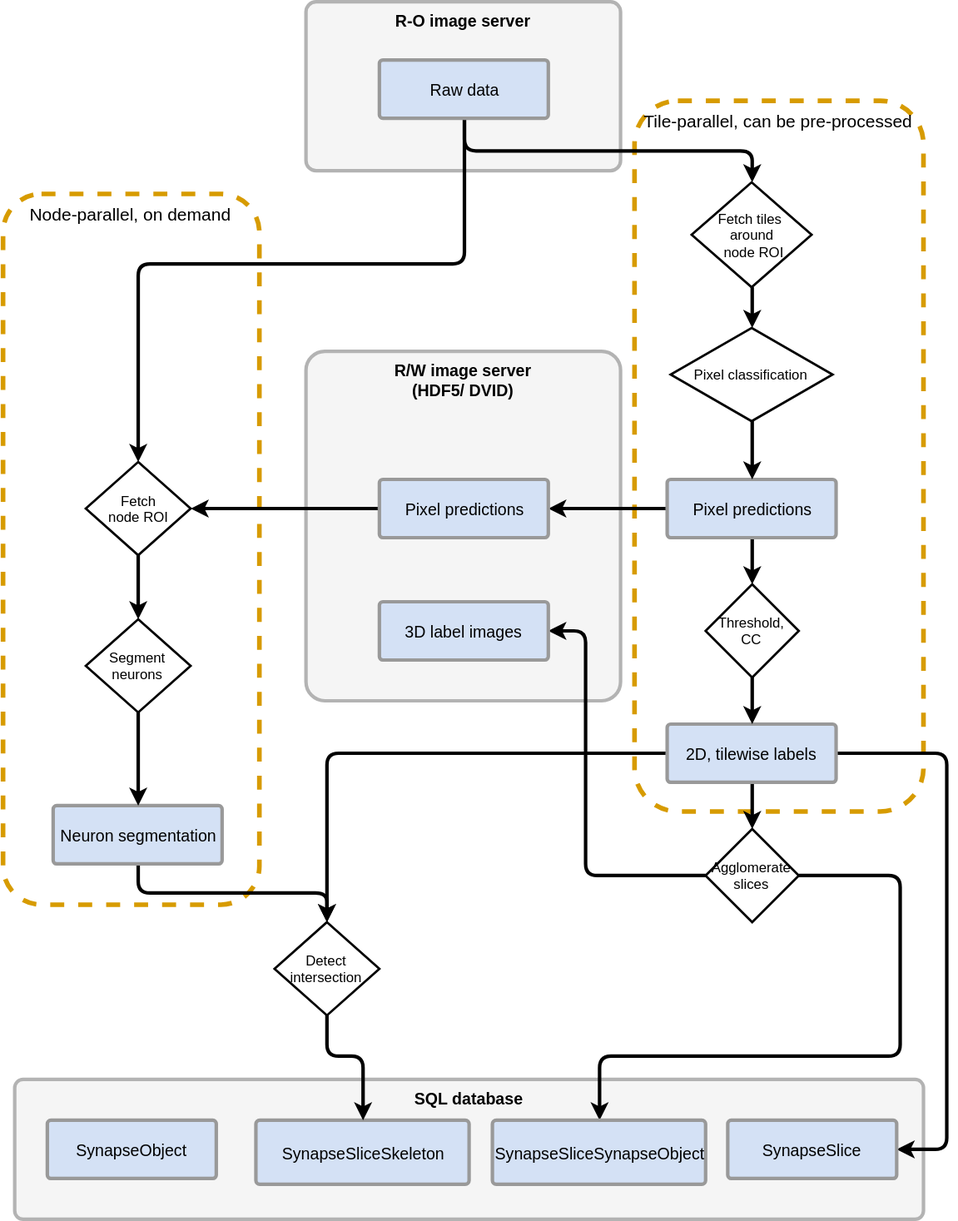
This is architecture/architecture_v2.svg from k-dominik/skeleton_synapses, a draw.io export, as it was before one commit. Source tidied: cells renumbered, new cells last; positions are measured from the earlier drawing's top-left corner, leaving out a move shared by most shapes. Source of this version:
```xml
<mxGraphModel background="#ffffff">
  <root>
    <mxCell id="0" />
    <mxCell id="1" parent="0" />
    <mxCell id="2" value="Node-parallel, on demand" style="rounded=1;whiteSpace=wrap;html=1;labelBackgroundColor=none;strokeColor=#d79b00;strokeWidth=4;fillColor=none;fontSize=15;align=center;dashed=1;horizontal=1;verticalAlign=top;" parent="1" vertex="1">
      <mxGeometry y="165" width="220" height="610" as="geometry" />
    </mxCell>
    <mxCell id="3" value="Tile-parallel, can be pre-processed" style="rounded=1;whiteSpace=wrap;html=1;labelBackgroundColor=none;strokeColor=#d79b00;strokeWidth=4;fillColor=none;fontSize=15;align=center;dashed=1;horizontal=1;verticalAlign=top;" parent="1" vertex="1">
      <mxGeometry x="542" y="85" width="248" height="610" as="geometry" />
    </mxCell>
    <mxCell id="4" value="SQL database" style="strokeWidth=3;html=1;shape=mxgraph.flowchart.process;whiteSpace=wrap;fillColor=#F5F5F5;fontSize=14;strokeColor=#B3B3B3;fontStyle=1;labelPosition=center;verticalLabelPosition=middle;align=center;verticalAlign=top;" parent="1" vertex="1">
      <mxGeometry x="10" y="925" width="780" height="120" as="geometry" />
    </mxCell>
    <mxCell id="5" value="R/W image server&lt;div&gt;(HDF5/ DVID)&lt;/div&gt;" style="strokeWidth=3;html=1;shape=mxgraph.flowchart.process;whiteSpace=wrap;fillColor=#F5F5F5;fontSize=14;strokeColor=#B3B3B3;fontStyle=1;labelPosition=center;verticalLabelPosition=middle;align=center;verticalAlign=top;" parent="1" vertex="1">
      <mxGeometry x="260" y="300" width="270" height="300" as="geometry" />
    </mxCell>
    <mxCell id="6" style="edgeStyle=orthogonalEdgeStyle;rounded=1;html=1;exitX=0.5;exitY=1;exitPerimeter=0;entryX=0.5;entryY=0;startArrow=none;startFill=0;jettySize=auto;strokeColor=#000000;strokeWidth=3;fontSize=12;" parent="1" edge="1" source="8" target="20">
      <mxGeometry relative="1" as="geometry" />
    </mxCell>
    <mxCell id="7" style="edgeStyle=orthogonalEdgeStyle;rounded=1;html=1;exitX=0;exitY=0.5;exitPerimeter=0;entryX=1;entryY=0.5;entryPerimeter=0;startArrow=none;startFill=0;jettySize=auto;strokeColor=#000000;strokeWidth=3;fontSize=12;" parent="1" edge="1" source="8" target="33">
      <mxGeometry relative="1" as="geometry" />
    </mxCell>
    <mxCell id="8" value="Pixel predictions" style="strokeWidth=3;html=1;shape=mxgraph.flowchart.process;whiteSpace=wrap;fillColor=#D4E1F5;fontSize=14;strokeColor=#999999;" parent="1" vertex="1">
      <mxGeometry x="570" y="410" width="145" height="50" as="geometry" />
    </mxCell>
    <mxCell id="9" style="edgeStyle=orthogonalEdgeStyle;rounded=1;html=1;exitX=0.5;exitY=1;exitPerimeter=0;entryX=0.5;entryY=0;startArrow=none;startFill=0;jettySize=auto;strokeColor=#000000;strokeWidth=3;fontSize=12;" parent="1" edge="1" source="12" target="27">
      <mxGeometry relative="1" as="geometry" />
    </mxCell>
    <mxCell id="10" style="edgeStyle=orthogonalEdgeStyle;rounded=1;html=1;exitX=1;exitY=0.5;exitPerimeter=0;entryX=1;entryY=0.5;entryPerimeter=0;startArrow=none;startFill=0;jettySize=auto;strokeColor=#000000;strokeWidth=3;fontSize=12;" parent="1" edge="1" source="12" target="35">
      <mxGeometry relative="1" as="geometry">
        <Array as="points">
          <mxPoint x="810" y="645" />
          <mxPoint x="810" y="985" />
        </Array>
      </mxGeometry>
    </mxCell>
    <mxCell id="11" style="edgeStyle=orthogonalEdgeStyle;rounded=1;html=1;exitX=0;exitY=0.5;exitPerimeter=0;entryX=0.5;entryY=0;startArrow=none;startFill=0;jettySize=auto;strokeColor=#000000;strokeWidth=3;fontSize=15;" parent="1" edge="1" source="12" target="39">
      <mxGeometry relative="1" as="geometry" />
    </mxCell>
    <mxCell id="12" value="2D, tilewise labels" style="strokeWidth=3;html=1;shape=mxgraph.flowchart.process;whiteSpace=wrap;fillColor=#D4E1F5;fontSize=14;strokeColor=#999999;" parent="1" vertex="1">
      <mxGeometry x="570" y="620" width="145" height="50" as="geometry" />
    </mxCell>
    <mxCell id="13" style="edgeStyle=orthogonalEdgeStyle;rounded=1;html=1;exitX=0.5;exitY=1;exitPerimeter=0;entryX=0.5;entryY=0;startArrow=none;startFill=0;jettySize=auto;strokeColor=#000000;strokeWidth=3;fontSize=12;" parent="1" edge="1" source="14" target="39">
      <mxGeometry relative="1" as="geometry" />
    </mxCell>
    <mxCell id="14" value="Neuron segmentation" style="strokeWidth=3;html=1;shape=mxgraph.flowchart.process;whiteSpace=wrap;fillColor=#D4E1F5;fontSize=14;strokeColor=#999999;" parent="1" vertex="1">
      <mxGeometry x="43" y="690" width="145" height="50" as="geometry" />
    </mxCell>
    <mxCell id="15" style="edgeStyle=orthogonalEdgeStyle;rounded=1;html=1;exitX=0.5;exitY=1;entryX=0.5;entryY=0;startArrow=none;startFill=0;jettySize=auto;strokeColor=#000000;strokeWidth=3;fontSize=12;" parent="1" edge="1" source="16" target="18">
      <mxGeometry relative="1" as="geometry" />
    </mxCell>
    <mxCell id="16" value="Fetch tiles&amp;nbsp;&lt;div&gt;around&lt;/div&gt;&lt;div&gt;&amp;nbsp;node ROI&lt;/div&gt;" style="rhombus;whiteSpace=wrap;html=1;labelBackgroundColor=none;strokeColor=#000000;strokeWidth=2;fillColor=none;fontSize=12;align=center;" parent="1" vertex="1">
      <mxGeometry x="591" y="155" width="103" height="90" as="geometry" />
    </mxCell>
    <mxCell id="17" style="edgeStyle=orthogonalEdgeStyle;rounded=1;html=1;exitX=0.5;exitY=1;entryX=0.5;entryY=0;entryPerimeter=0;startArrow=none;startFill=0;jettySize=auto;strokeColor=#000000;strokeWidth=3;fontSize=12;" parent="1" edge="1" source="18" target="8">
      <mxGeometry relative="1" as="geometry" />
    </mxCell>
    <mxCell id="18" value="Pixel classification" style="rhombus;whiteSpace=wrap;html=1;labelBackgroundColor=none;strokeColor=#000000;strokeWidth=2;fillColor=none;fontSize=12;align=center;" parent="1" vertex="1">
      <mxGeometry x="573" y="280" width="139" height="80" as="geometry" />
    </mxCell>
    <mxCell id="19" style="edgeStyle=orthogonalEdgeStyle;rounded=1;html=1;exitX=0.5;exitY=1;entryX=0.5;entryY=0;entryPerimeter=0;startArrow=none;startFill=0;jettySize=auto;strokeColor=#000000;strokeWidth=3;fontSize=12;" parent="1" edge="1" source="20" target="12">
      <mxGeometry relative="1" as="geometry" />
    </mxCell>
    <mxCell id="20" value="Threshold, CC" style="rhombus;whiteSpace=wrap;html=1;labelBackgroundColor=none;strokeColor=#000000;strokeWidth=2;fillColor=none;fontSize=12;align=center;" parent="1" vertex="1">
      <mxGeometry x="603" y="500" width="80" height="80" as="geometry" />
    </mxCell>
    <mxCell id="21" style="edgeStyle=orthogonalEdgeStyle;rounded=1;html=1;exitX=0.5;exitY=1;entryX=0.5;entryY=0;entryPerimeter=0;startArrow=none;startFill=0;jettySize=auto;strokeColor=#000000;strokeWidth=3;fontSize=12;" parent="1" edge="1" source="22" target="14">
      <mxGeometry relative="1" as="geometry" />
    </mxCell>
    <mxCell id="22" value="Segment neurons" style="rhombus;whiteSpace=wrap;html=1;labelBackgroundColor=none;strokeColor=#000000;strokeWidth=2;fillColor=none;fontSize=12;align=center;" parent="1" vertex="1">
      <mxGeometry x="71" y="530" width="90" height="80" as="geometry" />
    </mxCell>
    <mxCell id="23" style="edgeStyle=orthogonalEdgeStyle;rounded=1;html=1;exitX=0.5;exitY=1;entryX=0.5;entryY=0;startArrow=none;startFill=0;jettySize=auto;strokeColor=#000000;strokeWidth=3;fontSize=12;" parent="1" edge="1" source="24" target="22">
      <mxGeometry relative="1" as="geometry" />
    </mxCell>
    <mxCell id="24" value="Fetch&lt;div&gt;node ROI&lt;/div&gt;" style="rhombus;whiteSpace=wrap;html=1;labelBackgroundColor=none;strokeColor=#000000;strokeWidth=2;fillColor=none;fontSize=12;align=center;" parent="1" vertex="1">
      <mxGeometry x="71" y="395" width="90" height="80" as="geometry" />
    </mxCell>
    <mxCell id="25" style="edgeStyle=orthogonalEdgeStyle;rounded=1;html=1;exitX=1;exitY=0.5;entryX=0.5;entryY=0;entryPerimeter=0;startArrow=none;startFill=0;jettySize=auto;strokeColor=#000000;strokeWidth=3;fontSize=12;" parent="1" edge="1" source="27" target="36">
      <mxGeometry relative="1" as="geometry">
        <Array as="points">
          <mxPoint x="770" y="750" />
          <mxPoint x="770" y="905" />
          <mxPoint x="512" y="905" />
        </Array>
      </mxGeometry>
    </mxCell>
    <mxCell id="26" style="edgeStyle=orthogonalEdgeStyle;rounded=1;html=1;exitX=0;exitY=0.5;entryX=1;entryY=0.5;entryPerimeter=0;startArrow=none;startFill=0;jettySize=auto;strokeColor=#000000;strokeWidth=3;fontSize=15;" parent="1" edge="1" source="27" target="34">
      <mxGeometry relative="1" as="geometry">
        <Array as="points">
          <mxPoint x="500" y="750" />
          <mxPoint x="500" y="540" />
        </Array>
      </mxGeometry>
    </mxCell>
    <mxCell id="27" value="Agglomerate slices" style="rhombus;whiteSpace=wrap;html=1;labelBackgroundColor=none;strokeColor=#000000;strokeWidth=2;fillColor=none;fontSize=12;align=center;" parent="1" vertex="1">
      <mxGeometry x="603" y="710" width="80" height="80" as="geometry" />
    </mxCell>
    <mxCell id="28" value="R-O image server" style="strokeWidth=3;html=1;shape=mxgraph.flowchart.process;whiteSpace=wrap;fillColor=#F5F5F5;fontSize=14;strokeColor=#B3B3B3;fontStyle=1;labelPosition=center;verticalLabelPosition=middle;align=center;verticalAlign=top;" parent="1" vertex="1">
      <mxGeometry x="260" width="270" height="145" as="geometry" />
    </mxCell>
    <mxCell id="29" style="edgeStyle=orthogonalEdgeStyle;rounded=1;html=1;exitX=0.5;exitY=1;exitPerimeter=0;entryX=0.5;entryY=0;startArrow=none;startFill=0;jettySize=auto;strokeColor=#000000;strokeWidth=3;fontSize=12;" parent="1" edge="1" source="31" target="16">
      <mxGeometry relative="1" as="geometry" />
    </mxCell>
    <mxCell id="30" style="edgeStyle=orthogonalEdgeStyle;rounded=1;html=1;exitX=0.5;exitY=1;exitPerimeter=0;entryX=0.5;entryY=0;startArrow=none;startFill=0;jettySize=auto;strokeColor=#000000;strokeWidth=3;fontSize=12;" parent="1" edge="1" source="31" target="24">
      <mxGeometry relative="1" as="geometry">
        <Array as="points">
          <mxPoint x="396" y="225" />
          <mxPoint x="116" y="225" />
        </Array>
      </mxGeometry>
    </mxCell>
    <mxCell id="31" value="Raw data" style="strokeWidth=3;html=1;shape=mxgraph.flowchart.process;whiteSpace=wrap;fillColor=#D4E1F5;fontSize=14;strokeColor=#999999;" parent="1" vertex="1">
      <mxGeometry x="323" y="50" width="145" height="50" as="geometry" />
    </mxCell>
    <mxCell id="32" style="edgeStyle=orthogonalEdgeStyle;rounded=1;html=1;exitX=0;exitY=0.5;exitPerimeter=0;entryX=1;entryY=0.5;startArrow=none;startFill=0;jettySize=auto;strokeColor=#000000;strokeWidth=3;fontSize=12;" parent="1" edge="1" source="33" target="24">
      <mxGeometry relative="1" as="geometry" />
    </mxCell>
    <mxCell id="33" value="Pixel predictions" style="strokeWidth=3;html=1;shape=mxgraph.flowchart.process;whiteSpace=wrap;fillColor=#D4E1F5;fontSize=14;strokeColor=#999999;" parent="1" vertex="1">
      <mxGeometry x="323" y="410" width="145" height="50" as="geometry" />
    </mxCell>
    <mxCell id="34" value="3D label images" style="strokeWidth=3;html=1;shape=mxgraph.flowchart.process;whiteSpace=wrap;fillColor=#D4E1F5;fontSize=14;strokeColor=#999999;" parent="1" vertex="1">
      <mxGeometry x="323" y="515" width="145" height="50" as="geometry" />
    </mxCell>
    <mxCell id="35" value="SynapseSlice" style="strokeWidth=3;html=1;shape=mxgraph.flowchart.process;whiteSpace=wrap;fillColor=#D4E1F5;fontSize=14;strokeColor=#999999;" parent="1" vertex="1">
      <mxGeometry x="622" y="960" width="145" height="50" as="geometry" />
    </mxCell>
    <mxCell id="36" value="SynapseSliceSynapseObject" style="strokeWidth=3;html=1;shape=mxgraph.flowchart.process;whiteSpace=wrap;fillColor=#D4E1F5;fontSize=14;strokeColor=#999999;" parent="1" vertex="1">
      <mxGeometry x="420" y="960" width="183" height="55" as="geometry" />
    </mxCell>
    <mxCell id="37" value="SynapseSliceSkeleton" style="strokeWidth=3;html=1;shape=mxgraph.flowchart.process;whiteSpace=wrap;fillColor=#D4E1F5;fontSize=14;strokeColor=#999999;" parent="1" vertex="1">
      <mxGeometry x="217" y="960" width="183" height="55" as="geometry" />
    </mxCell>
    <mxCell id="38" style="edgeStyle=orthogonalEdgeStyle;rounded=1;html=1;exitX=0.5;exitY=1;entryX=0.5;entryY=0;entryPerimeter=0;startArrow=none;startFill=0;jettySize=auto;strokeColor=#000000;strokeWidth=3;fontSize=12;" parent="1" edge="1" source="39" target="37">
      <mxGeometry relative="1" as="geometry">
        <Array as="points">
          <mxPoint x="278" y="905" />
          <mxPoint x="309" y="905" />
        </Array>
      </mxGeometry>
    </mxCell>
    <mxCell id="39" value="Detect intersection" style="rhombus;whiteSpace=wrap;html=1;labelBackgroundColor=none;strokeColor=#000000;strokeWidth=2;fillColor=none;fontSize=12;align=center;" parent="1" vertex="1">
      <mxGeometry x="233" y="790" width="90" height="80" as="geometry" />
    </mxCell>
    <mxCell id="40" value="SynapseObject" style="strokeWidth=3;html=1;shape=mxgraph.flowchart.process;whiteSpace=wrap;fillColor=#D4E1F5;fontSize=14;strokeColor=#999999;" parent="1" vertex="1">
      <mxGeometry x="38" y="960" width="145" height="50" as="geometry" />
    </mxCell>
  </root>
</mxGraphModel>
```
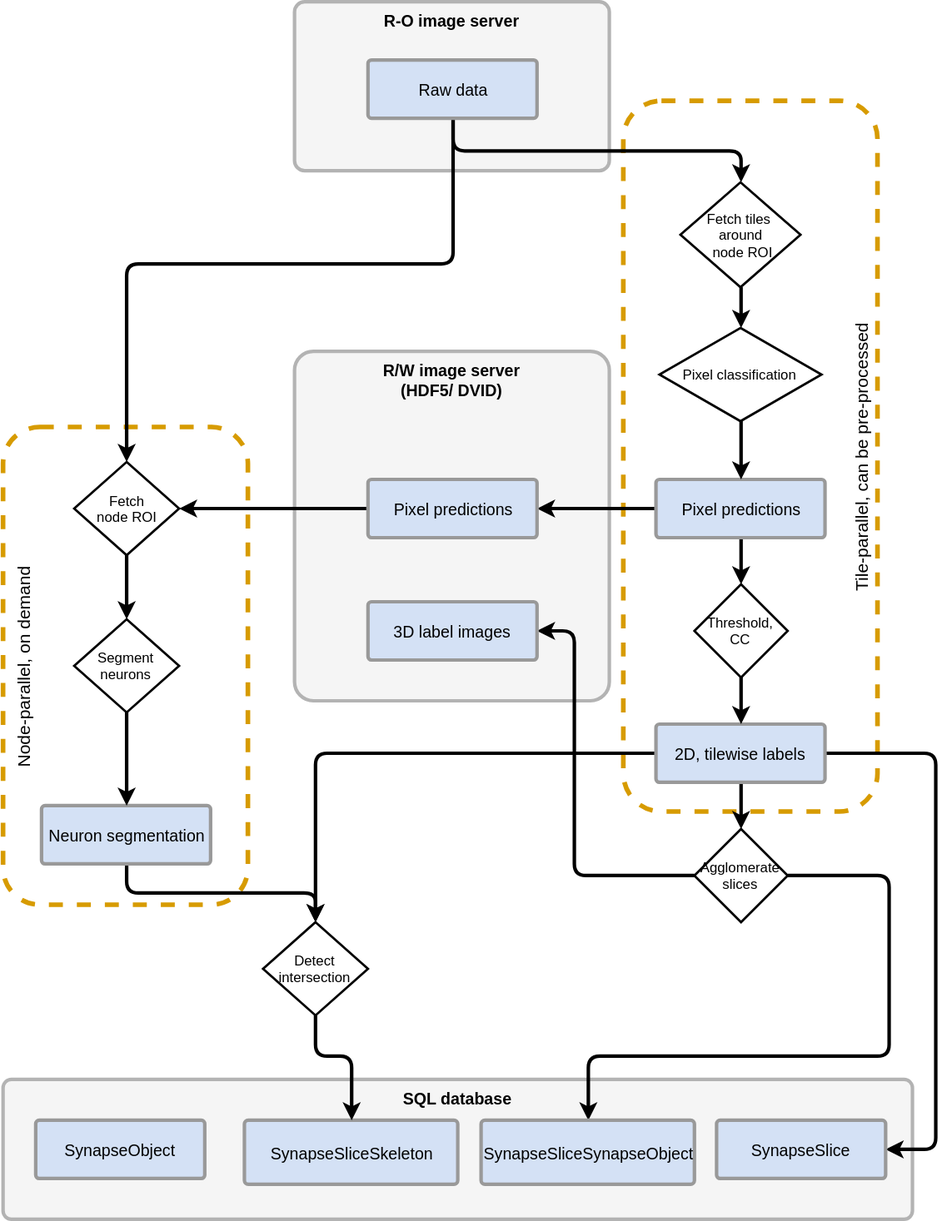
After the commit.

Diff of the diagram source:
```diff
@@ -2,11 +2,11 @@
   <root>
     <mxCell id="0" />
     <mxCell id="1" parent="0" />
-    <mxCell id="2" value="Node-parallel, on demand" style="rounded=1;whiteSpace=wrap;html=1;labelBackgroundColor=none;strokeColor=#d79b00;strokeWidth=4;fillColor=none;fontSize=15;align=center;dashed=1;horizontal=1;verticalAlign=top;" parent="1" vertex="1">
-      <mxGeometry y="165" width="220" height="610" as="geometry" />
+    <mxCell id="2" value="Node-parallel, on demand" style="rounded=1;whiteSpace=wrap;html=1;labelBackgroundColor=none;strokeColor=#d79b00;strokeWidth=4;fillColor=none;fontSize=15;align=center;dashed=1;horizontal=0;verticalAlign=top;" parent="1" vertex="1">
+      <mxGeometry x="10" y="365" width="210" height="410" as="geometry" />
     </mxCell>
-    <mxCell id="3" value="Tile-parallel, can be pre-processed" style="rounded=1;whiteSpace=wrap;html=1;labelBackgroundColor=none;strokeColor=#d79b00;strokeWidth=4;fillColor=none;fontSize=15;align=center;dashed=1;horizontal=1;verticalAlign=top;" parent="1" vertex="1">
-      <mxGeometry x="542" y="85" width="248" height="610" as="geometry" />
+    <mxCell id="3" value="Tile-parallel, can be pre-processed" style="rounded=1;whiteSpace=wrap;html=1;labelBackgroundColor=none;strokeColor=#d79b00;strokeWidth=4;fillColor=none;fontSize=15;align=center;dashed=1;horizontal=0;verticalAlign=bottom;" parent="1" vertex="1">
+      <mxGeometry x="542" y="85" width="218" height="610" as="geometry" />
     </mxCell>
     <mxCell id="4" value="SQL database" style="strokeWidth=3;html=1;shape=mxgraph.flowchart.process;whiteSpace=wrap;fillColor=#F5F5F5;fontSize=14;strokeColor=#B3B3B3;fontStyle=1;labelPosition=center;verticalLabelPosition=middle;align=center;verticalAlign=top;" parent="1" vertex="1">
       <mxGeometry x="10" y="925" width="780" height="120" as="geometry" />
```
